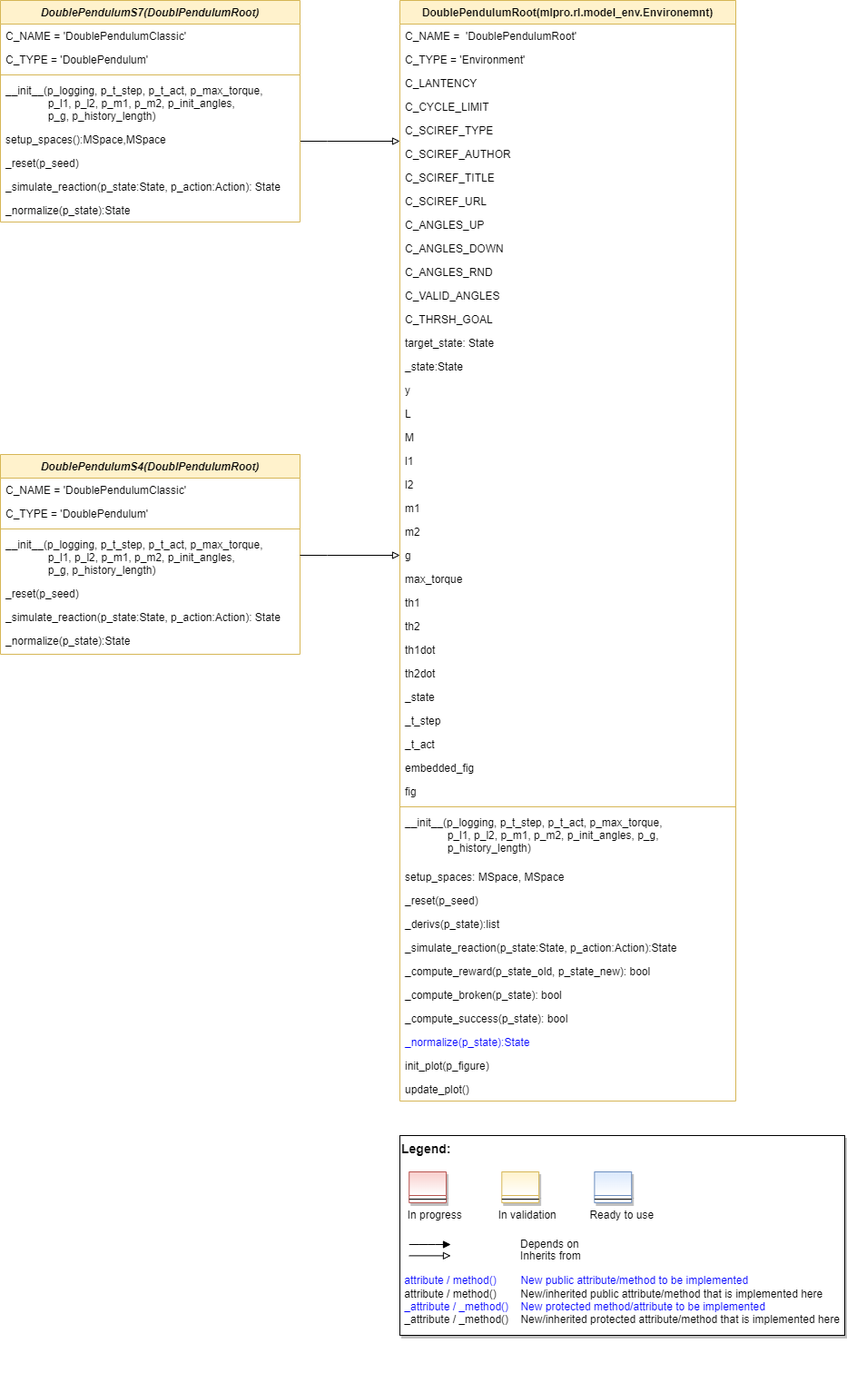
This is doc/rtd/content/append2/pool/rl/images/MPro-RL-DoublePendulum-class-diagram.drawio.png from fhswf/MLPro, a draw.io export, as it was before one commit. Source tidied: cells renumbered, new cells last; positions are measured from the earlier drawing's top-left corner, leaving out a move shared by most shapes.
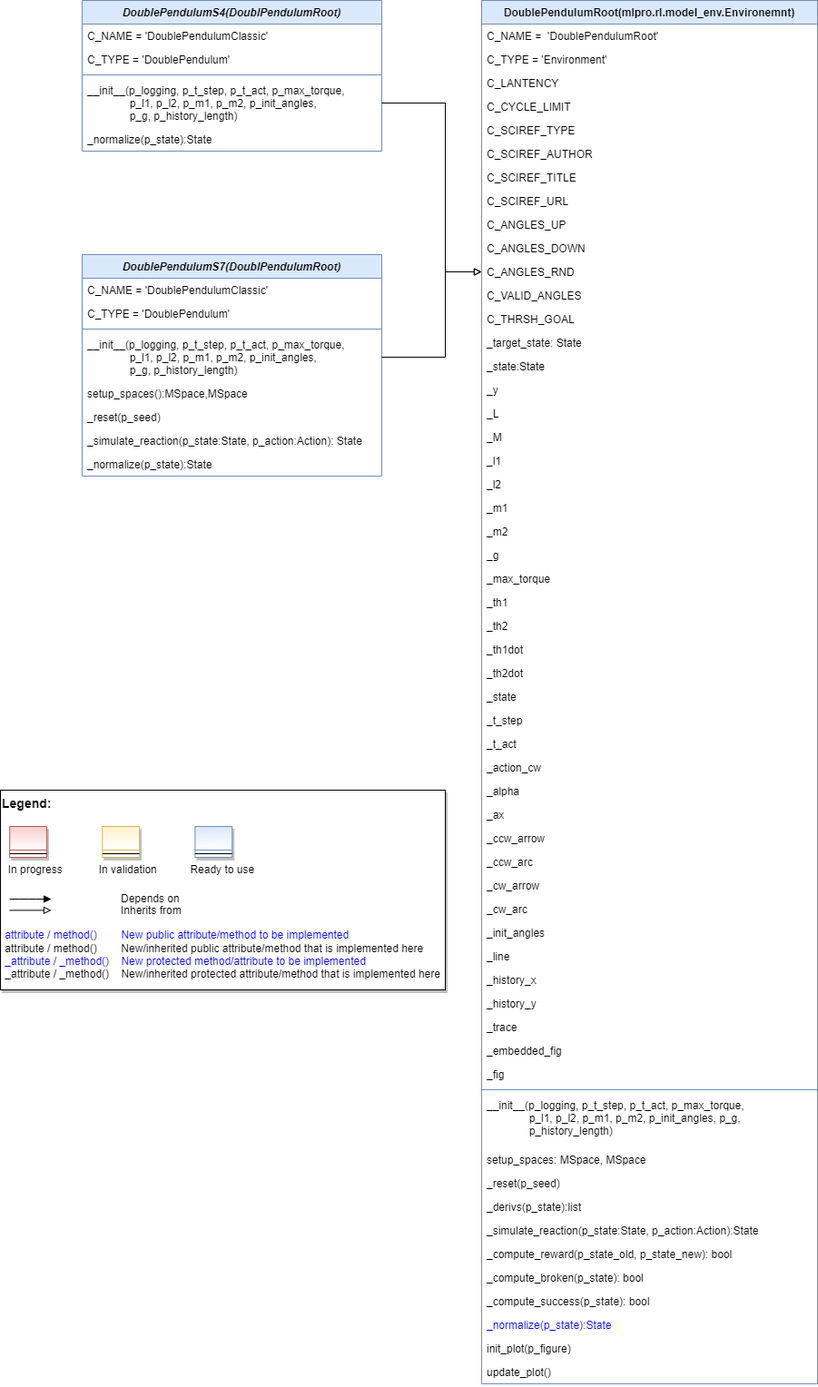
The same diagram one commit later.

Diff of the diagram source:
```diff
@@ -4,4 +4,4 @@
     <mxCell id="1" parent="0" />
-    <mxCell id="2" value="DoublePendulumRoot(mlpro.rl.model_env.Environemnt)" style="swimlane;fontStyle=1;align=center;verticalAlign=top;horizontal=1;startSize=26;rounded=0;shadow=0;strokeWidth=1;fillColor=#fff2cc;strokeColor=#d6b656;" parent="1" vertex="1">
-      <mxGeometry x="440" width="370" height="1212" as="geometry" />
+    <mxCell id="2" value="DoublePendulumRoot(mlpro.rl.model_env.Environemnt)" style="swimlane;fontStyle=1;align=center;verticalAlign=top;horizontal=1;startSize=26;rounded=0;shadow=0;strokeWidth=1;fillColor=#dae8fc;strokeColor=#6c8ebf;" parent="1" vertex="1">
+      <mxGeometry x="440" width="370" height="1524" as="geometry" />
     </mxCell>
@@ -46,3 +46,3 @@
     </mxCell>
-    <mxCell id="16" value="target_state: State" style="text;align=left;verticalAlign=top;spacingLeft=4;spacingRight=4;overflow=hidden;rounded=0;shadow=0;html=0;" parent="2" vertex="1">
+    <mxCell id="16" value="_target_state: State" style="text;align=left;verticalAlign=top;spacingLeft=4;spacingRight=4;overflow=hidden;rounded=0;shadow=0;html=0;" parent="2" vertex="1">
       <mxGeometry y="364" width="370" height="26" as="geometry" />
@@ -52,39 +52,39 @@
     </mxCell>
-    <mxCell id="18" value="y" style="text;align=left;verticalAlign=top;spacingLeft=4;spacingRight=4;overflow=hidden;rounded=0;shadow=0;html=0;" parent="2" vertex="1">
+    <mxCell id="18" value="_y" style="text;align=left;verticalAlign=top;spacingLeft=4;spacingRight=4;overflow=hidden;rounded=0;shadow=0;html=0;" parent="2" vertex="1">
       <mxGeometry y="416" width="370" height="26" as="geometry" />
     </mxCell>
-    <mxCell id="19" value="L" style="text;align=left;verticalAlign=top;spacingLeft=4;spacingRight=4;overflow=hidden;rounded=0;shadow=0;html=0;" parent="2" vertex="1">
+    <mxCell id="19" value="_L" style="text;align=left;verticalAlign=top;spacingLeft=4;spacingRight=4;overflow=hidden;rounded=0;shadow=0;html=0;" parent="2" vertex="1">
       <mxGeometry y="442" width="370" height="26" as="geometry" />
     </mxCell>
-    <mxCell id="20" value="M" style="text;align=left;verticalAlign=top;spacingLeft=4;spacingRight=4;overflow=hidden;rounded=0;shadow=0;html=0;" parent="2" vertex="1">
+    <mxCell id="20" value="_M" style="text;align=left;verticalAlign=top;spacingLeft=4;spacingRight=4;overflow=hidden;rounded=0;shadow=0;html=0;" parent="2" vertex="1">
       <mxGeometry y="468" width="370" height="26" as="geometry" />
     </mxCell>
-    <mxCell id="21" value="l1" style="text;align=left;verticalAlign=top;spacingLeft=4;spacingRight=4;overflow=hidden;rounded=0;shadow=0;html=0;" parent="2" vertex="1">
+    <mxCell id="21" value="_l1" style="text;align=left;verticalAlign=top;spacingLeft=4;spacingRight=4;overflow=hidden;rounded=0;shadow=0;html=0;" parent="2" vertex="1">
       <mxGeometry y="494" width="370" height="26" as="geometry" />
     </mxCell>
-    <mxCell id="22" value="l2" style="text;align=left;verticalAlign=top;spacingLeft=4;spacingRight=4;overflow=hidden;rounded=0;shadow=0;html=0;" parent="2" vertex="1">
+    <mxCell id="22" value="_l2" style="text;align=left;verticalAlign=top;spacingLeft=4;spacingRight=4;overflow=hidden;rounded=0;shadow=0;html=0;" parent="2" vertex="1">
       <mxGeometry y="520" width="370" height="26" as="geometry" />
     </mxCell>
-    <mxCell id="23" value="m1" style="text;align=left;verticalAlign=top;spacingLeft=4;spacingRight=4;overflow=hidden;rounded=0;shadow=0;html=0;" parent="2" vertex="1">
+    <mxCell id="23" value="_m1" style="text;align=left;verticalAlign=top;spacingLeft=4;spacingRight=4;overflow=hidden;rounded=0;shadow=0;html=0;" parent="2" vertex="1">
       <mxGeometry y="546" width="370" height="26" as="geometry" />
     </mxCell>
-    <mxCell id="24" value="m2" style="text;align=left;verticalAlign=top;spacingLeft=4;spacingRight=4;overflow=hidden;rounded=0;shadow=0;html=0;" parent="2" vertex="1">
+    <mxCell id="24" value="_m2" style="text;align=left;verticalAlign=top;spacingLeft=4;spacingRight=4;overflow=hidden;rounded=0;shadow=0;html=0;" parent="2" vertex="1">
       <mxGeometry y="572" width="370" height="26" as="geometry" />
     </mxCell>
-    <mxCell id="25" value="g" style="text;align=left;verticalAlign=top;spacingLeft=4;spacingRight=4;overflow=hidden;points=[[0,0.5],[1,0.5]];portConstraint=eastwest;rounded=0;shadow=0;html=0;" parent="2" vertex="1">
+    <mxCell id="25" value="_g" style="text;align=left;verticalAlign=top;spacingLeft=4;spacingRight=4;overflow=hidden;points=[[0,0.5],[1,0.5]];portConstraint=eastwest;rounded=0;shadow=0;html=0;" parent="2" vertex="1">
       <mxGeometry y="598" width="370" height="26" as="geometry" />
     </mxCell>
-    <mxCell id="26" value="max_torque" style="text;align=left;verticalAlign=top;spacingLeft=4;spacingRight=4;overflow=hidden;rounded=0;shadow=0;html=0;" parent="2" vertex="1">
+    <mxCell id="26" value="_max_torque" style="text;align=left;verticalAlign=top;spacingLeft=4;spacingRight=4;overflow=hidden;rounded=0;shadow=0;html=0;" parent="2" vertex="1">
       <mxGeometry y="624" width="370" height="26" as="geometry" />
     </mxCell>
-    <mxCell id="27" value="th1" style="text;align=left;verticalAlign=top;spacingLeft=4;spacingRight=4;overflow=hidden;rounded=0;shadow=0;html=0;" parent="2" vertex="1">
+    <mxCell id="27" value="_th1" style="text;align=left;verticalAlign=top;spacingLeft=4;spacingRight=4;overflow=hidden;rounded=0;shadow=0;html=0;" parent="2" vertex="1">
       <mxGeometry y="650" width="370" height="26" as="geometry" />
     </mxCell>
-    <mxCell id="28" value="th2" style="text;align=left;verticalAlign=top;spacingLeft=4;spacingRight=4;overflow=hidden;rounded=0;shadow=0;html=0;" parent="2" vertex="1">
+    <mxCell id="28" value="_th2" style="text;align=left;verticalAlign=top;spacingLeft=4;spacingRight=4;overflow=hidden;rounded=0;shadow=0;html=0;" parent="2" vertex="1">
       <mxGeometry y="676" width="370" height="26" as="geometry" />
     </mxCell>
-    <mxCell id="29" value="th1dot" style="text;align=left;verticalAlign=top;spacingLeft=4;spacingRight=4;overflow=hidden;rounded=0;shadow=0;html=0;" parent="2" vertex="1">
+    <mxCell id="29" value="_th1dot" style="text;align=left;verticalAlign=top;spacingLeft=4;spacingRight=4;overflow=hidden;rounded=0;shadow=0;html=0;" parent="2" vertex="1">
       <mxGeometry y="702" width="370" height="26" as="geometry" />
     </mxCell>
-    <mxCell id="30" value="th2dot" style="text;align=left;verticalAlign=top;spacingLeft=4;spacingRight=4;overflow=hidden;rounded=0;shadow=0;html=0;" parent="2" vertex="1">
+    <mxCell id="30" value="_th2dot" style="text;align=left;verticalAlign=top;spacingLeft=4;spacingRight=4;overflow=hidden;rounded=0;shadow=0;html=0;" parent="2" vertex="1">
       <mxGeometry y="728" width="370" height="26" as="geometry" />
@@ -100,55 +100,82 @@
     </mxCell>
+    <mxCell id="77" value="_action_cw" style="text;align=left;verticalAlign=top;spacingLeft=4;spacingRight=4;overflow=hidden;rounded=0;shadow=0;html=0;" parent="2" vertex="1">
+      <mxGeometry y="832" width="370" height="26" as="geometry" />
+    </mxCell>
+    <mxCell id="78" value="_alpha" style="text;align=left;verticalAlign=top;spacingLeft=4;spacingRight=4;overflow=hidden;rounded=0;shadow=0;html=0;" parent="2" vertex="1">
+      <mxGeometry y="858" width="370" height="26" as="geometry" />
+    </mxCell>
+    <mxCell id="79" value="_ax" style="text;align=left;verticalAlign=top;spacingLeft=4;spacingRight=4;overflow=hidden;rounded=0;shadow=0;html=0;" parent="2" vertex="1">
+      <mxGeometry y="884" width="370" height="26" as="geometry" />
+    </mxCell>
+    <mxCell id="80" value="_ccw_arrow" style="text;align=left;verticalAlign=top;spacingLeft=4;spacingRight=4;overflow=hidden;rounded=0;shadow=0;html=0;" parent="2" vertex="1">
+      <mxGeometry y="910" width="370" height="26" as="geometry" />
+    </mxCell>
+    <mxCell id="81" value="_ccw_arc" style="text;align=left;verticalAlign=top;spacingLeft=4;spacingRight=4;overflow=hidden;rounded=0;shadow=0;html=0;" parent="2" vertex="1">
+      <mxGeometry y="936" width="370" height="26" as="geometry" />
+    </mxCell>
+    <mxCell id="82" value="_cw_arrow" style="text;align=left;verticalAlign=top;spacingLeft=4;spacingRight=4;overflow=hidden;rounded=0;shadow=0;html=0;" parent="2" vertex="1">
+      <mxGeometry y="962" width="370" height="26" as="geometry" />
+    </mxCell>
+    <mxCell id="83" value="_cw_arc" style="text;align=left;verticalAlign=top;spacingLeft=4;spacingRight=4;overflow=hidden;rounded=0;shadow=0;html=0;" parent="2" vertex="1">
+      <mxGeometry y="988" width="370" height="26" as="geometry" />
+    </mxCell>
+    <mxCell id="84" value="_init_angles" style="text;align=left;verticalAlign=top;spacingLeft=4;spacingRight=4;overflow=hidden;rounded=0;shadow=0;html=0;" parent="2" vertex="1">
+      <mxGeometry y="1014" width="370" height="26" as="geometry" />
+    </mxCell>
+    <mxCell id="85" value="_line" style="text;align=left;verticalAlign=top;spacingLeft=4;spacingRight=4;overflow=hidden;rounded=0;shadow=0;html=0;" parent="2" vertex="1">
+      <mxGeometry y="1040" width="370" height="26" as="geometry" />
+    </mxCell>
+    <mxCell id="86" value="_history_x" style="text;align=left;verticalAlign=top;spacingLeft=4;spacingRight=4;overflow=hidden;rounded=0;shadow=0;html=0;" parent="2" vertex="1">
+      <mxGeometry y="1066" width="370" height="26" as="geometry" />
+    </mxCell>
+    <mxCell id="87" value="_history_y" style="text;align=left;verticalAlign=top;spacingLeft=4;spacingRight=4;overflow=hidden;rounded=0;shadow=0;html=0;" parent="2" vertex="1">
+      <mxGeometry y="1092" width="370" height="26" as="geometry" />
+    </mxCell>
+    <mxCell id="88" value="_trace" style="text;align=left;verticalAlign=top;spacingLeft=4;spacingRight=4;overflow=hidden;rounded=0;shadow=0;html=0;" parent="2" vertex="1">
+      <mxGeometry y="1118" width="370" height="26" as="geometry" />
+    </mxCell>
-    <mxCell id="34" value="embedded_fig" style="text;align=left;verticalAlign=top;spacingLeft=4;spacingRight=4;overflow=hidden;rounded=0;shadow=0;html=0;" parent="2" vertex="1">
-      <mxGeometry y="832" width="370" height="26" as="geometry" />
+    <mxCell id="34" value="_embedded_fig" style="text;align=left;verticalAlign=top;spacingLeft=4;spacingRight=4;overflow=hidden;rounded=0;shadow=0;html=0;" parent="2" vertex="1">
+      <mxGeometry y="1144" width="370" height="26" as="geometry" />
     </mxCell>
-    <mxCell id="35" value="fig" style="text;align=left;verticalAlign=top;spacingLeft=4;spacingRight=4;overflow=hidden;rounded=0;shadow=0;html=0;" parent="2" vertex="1">
-      <mxGeometry y="858" width="370" height="26" as="geometry" />
+    <mxCell id="35" value="_fig" style="text;align=left;verticalAlign=top;spacingLeft=4;spacingRight=4;overflow=hidden;rounded=0;shadow=0;html=0;" parent="2" vertex="1">
+      <mxGeometry y="1170" width="370" height="26" as="geometry" />
     </mxCell>
-    <mxCell id="36" style="line;html=1;strokeWidth=1;align=left;verticalAlign=middle;spacingTop=-1;spacingLeft=3;spacingRight=3;labelPosition=right;fillColor=#fff2cc;strokeColor=#d6b656;" parent="2" vertex="1">
-      <mxGeometry y="884" width="370" height="8" as="geometry" />
+    <mxCell id="36" style="line;html=1;strokeWidth=1;align=left;verticalAlign=middle;spacingTop=-1;spacingLeft=3;spacingRight=3;labelPosition=right;fillColor=#dae8fc;strokeColor=#6c8ebf;" parent="2" vertex="1">
+      <mxGeometry y="1196" width="370" height="8" as="geometry" />
     </mxCell>
     <mxCell id="37" value="__init__(p_logging, p_t_step, p_t_act, p_max_torque, &#10;              p_l1, p_l2, p_m1, p_m2, p_init_angles, p_g, &#10;              p_history_length)" style="text;align=left;verticalAlign=top;spacingLeft=4;spacingRight=4;overflow=hidden;labelBackgroundColor=none;" parent="2" vertex="1">
-      <mxGeometry y="892" width="370" height="60" as="geometry" />
+      <mxGeometry y="1204" width="370" height="60" as="geometry" />
     </mxCell>
     <mxCell id="38" value="setup_spaces: MSpace, MSpace" style="text;align=left;verticalAlign=top;spacingLeft=4;spacingRight=4;overflow=hidden;" parent="2" vertex="1">
-      <mxGeometry y="952" width="370" height="26" as="geometry" />
+      <mxGeometry y="1264" width="370" height="26" as="geometry" />
     </mxCell>
     <mxCell id="39" value="_reset(p_seed)" style="text;align=left;verticalAlign=top;spacingLeft=4;spacingRight=4;overflow=hidden;" parent="2" vertex="1">
-      <mxGeometry y="978" width="370" height="26" as="geometry" />
+      <mxGeometry y="1290" width="370" height="26" as="geometry" />
     </mxCell>
     <mxCell id="40" value="_derivs(p_state):list" style="text;align=left;verticalAlign=top;spacingLeft=4;spacingRight=4;overflow=hidden;" parent="2" vertex="1">
-      <mxGeometry y="1004" width="370" height="26" as="geometry" />
+      <mxGeometry y="1316" width="370" height="26" as="geometry" />
     </mxCell>
     <mxCell id="41" value="_simulate_reaction(p_state:State, p_action:Action):State" style="text;align=left;verticalAlign=top;spacingLeft=4;spacingRight=4;overflow=hidden;" parent="2" vertex="1">
-      <mxGeometry y="1030" width="370" height="26" as="geometry" />
+      <mxGeometry y="1342" width="370" height="26" as="geometry" />
     </mxCell>
     <mxCell id="42" value="_compute_reward(p_state_old, p_state_new): bool" style="text;align=left;verticalAlign=top;spacingLeft=4;spacingRight=4;overflow=hidden;" parent="2" vertex="1">
-      <mxGeometry y="1056" width="370" height="26" as="geometry" />
+      <mxGeometry y="1368" width="370" height="26" as="geometry" />
     </mxCell>
     <mxCell id="43" value="_compute_broken(p_state): bool" style="text;align=left;verticalAlign=top;spacingLeft=4;spacingRight=4;overflow=hidden;" parent="2" vertex="1">
-      <mxGeometry y="1082" width="370" height="26" as="geometry" />
+      <mxGeometry y="1394" width="370" height="26" as="geometry" />
     </mxCell>
     <mxCell id="44" value="_compute_success(p_state): bool" style="text;align=left;verticalAlign=top;spacingLeft=4;spacingRight=4;overflow=hidden;" parent="2" vertex="1">
-      <mxGeometry y="1108" width="370" height="26" as="geometry" />
+      <mxGeometry y="1420" width="370" height="26" as="geometry" />
     </mxCell>
     <mxCell id="45" value="_normalize(p_state):State" style="text;align=left;verticalAlign=top;spacingLeft=4;spacingRight=4;overflow=hidden;fontColor=#0000FF;" parent="2" vertex="1">
-      <mxGeometry y="1134" width="370" height="26" as="geometry" />
+      <mxGeometry y="1446" width="370" height="26" as="geometry" />
     </mxCell>
     <mxCell id="46" value="init_plot(p_figure)" style="text;align=left;verticalAlign=top;spacingLeft=4;spacingRight=4;overflow=hidden;" parent="2" vertex="1">
-      <mxGeometry y="1160" width="370" height="26" as="geometry" />
+      <mxGeometry y="1472" width="370" height="26" as="geometry" />
     </mxCell>
     <mxCell id="47" value="update_plot()" style="text;align=left;verticalAlign=top;spacingLeft=4;spacingRight=4;overflow=hidden;" parent="2" vertex="1">
-      <mxGeometry y="1186" width="370" height="26" as="geometry" />
+      <mxGeometry y="1498" width="370" height="26" as="geometry" />
     </mxCell>
-    <mxCell id="48" style="edgeStyle=orthogonalEdgeStyle;rounded=0;jettySize=auto;html=1;endArrow=block;endFill=0;" parent="1" edge="1" source="49">
-      <mxGeometry relative="1" as="geometry">
-        <mxPoint x="440" y="155" as="targetPoint" />
-        <Array as="points">
-          <mxPoint x="360" y="155" />
-          <mxPoint x="360" y="155" />
-        </Array>
-      </mxGeometry>
-    </mxCell>
-    <mxCell id="49" value="DoublePendulumS7(DoublPendulumRoot)" style="swimlane;fontStyle=3;align=center;verticalAlign=top;horizontal=1;startSize=26;rounded=0;shadow=0;strokeWidth=1;fillColor=#fff2cc;strokeColor=#d6b656;" parent="1" vertex="1">
-      <mxGeometry width="330" height="244" as="geometry" />
+    <mxCell id="49" value="DoublePendulumS7(DoublPendulumRoot)" style="swimlane;fontStyle=3;align=center;verticalAlign=top;horizontal=1;startSize=26;rounded=0;shadow=0;strokeWidth=1;fillColor=#dae8fc;strokeColor=#6c8ebf;" parent="1" vertex="1">
+      <mxGeometry y="280" width="330" height="244" as="geometry" />
     </mxCell>
@@ -160,3 +187,3 @@
     </mxCell>
-    <mxCell id="52" style="line;html=1;strokeWidth=1;align=left;verticalAlign=middle;spacingTop=-1;spacingLeft=3;spacingRight=3;labelPosition=right;fillColor=#fff2cc;strokeColor=#d6b656;" parent="49" vertex="1">
+    <mxCell id="52" style="line;html=1;strokeWidth=1;align=left;verticalAlign=middle;spacingTop=-1;spacingLeft=3;spacingRight=3;labelPosition=right;fillColor=#dae8fc;strokeColor=#6c8ebf;" parent="49" vertex="1">
       <mxGeometry y="78" width="330" height="8" as="geometry" />
@@ -179,3 +206,3 @@
     <mxCell id="58" style="group;" parent="1" vertex="1">
-      <mxGeometry x="440" y="1250" width="490" height="220" as="geometry" />
+      <mxGeometry x="-90" y="870" width="490" height="220" as="geometry" />
     </mxCell>
@@ -219,4 +246,4 @@
     </mxCell>
-    <mxCell id="68" value="DoublePendulumS4(DoublPendulumRoot)" style="swimlane;fontStyle=3;align=center;verticalAlign=top;horizontal=1;startSize=26;rounded=0;shadow=0;strokeWidth=1;fillColor=#fff2cc;strokeColor=#d6b656;" parent="1" vertex="1">
-      <mxGeometry y="500" width="330" height="220" as="geometry" />
+    <mxCell id="68" value="DoublePendulumS4(DoublPendulumRoot)" style="swimlane;fontStyle=3;align=center;verticalAlign=top;horizontal=1;startSize=26;rounded=0;shadow=0;strokeWidth=1;fillColor=#dae8fc;strokeColor=#6c8ebf;" parent="1" vertex="1">
+      <mxGeometry width="330" height="166" as="geometry" />
     </mxCell>
@@ -228,3 +255,3 @@
     </mxCell>
-    <mxCell id="71" style="line;html=1;strokeWidth=1;align=left;verticalAlign=middle;spacingTop=-1;spacingLeft=3;spacingRight=3;labelPosition=right;fillColor=#fff2cc;strokeColor=#d6b656;" parent="68" vertex="1">
+    <mxCell id="71" style="line;html=1;strokeWidth=1;align=left;verticalAlign=middle;spacingTop=-1;spacingLeft=3;spacingRight=3;labelPosition=right;fillColor=#dae8fc;strokeColor=#6c8ebf;" parent="68" vertex="1">
       <mxGeometry y="78" width="330" height="8" as="geometry" />
@@ -234,19 +261,21 @@
     </mxCell>
-    <mxCell id="73" value="_reset(p_seed)" style="text;align=left;verticalAlign=top;spacingLeft=4;spacingRight=4;overflow=hidden;" parent="68" vertex="1">
-      <mxGeometry y="140" width="330" height="26" as="geometry" />
-    </mxCell>
-    <mxCell id="74" value="_simulate_reaction(p_state:State, p_action:Action): State" style="text;align=left;verticalAlign=top;spacingLeft=4;spacingRight=4;overflow=hidden;" parent="68" vertex="1">
-      <mxGeometry y="166" width="330" height="26" as="geometry" />
-    </mxCell>
     <mxCell id="75" value="_normalize(p_state):State" style="text;align=left;verticalAlign=top;spacingLeft=4;spacingRight=4;overflow=hidden;" parent="68" vertex="1">
-      <mxGeometry y="192" width="330" height="26" as="geometry" />
+      <mxGeometry y="140" width="330" height="26" as="geometry" />
     </mxCell>
-    <mxCell id="76" style="edgeStyle=orthogonalEdgeStyle;rounded=0;jettySize=auto;html=1;fontColor=#0000FF;endArrow=block;endFill=0;" parent="1" edge="1" source="72" target="25">
-      <mxGeometry relative="1" as="geometry">
-        <Array as="points">
-          <mxPoint x="360" y="611" />
-          <mxPoint x="360" y="611" />
-        </Array>
-      </mxGeometry>
-    </mxCell>
+    <mxCell id="89" style="edgeStyle=orthogonalEdgeStyle;rounded=0;jettySize=auto;html=1;endArrow=block;endFill=0;entryX=0;entryY=0.5;entryDx=0;entryDy=0;" parent="1" edge="1" source="53" target="13">
+      <mxGeometry relative="1" as="geometry">
+        <Array as="points">
+          <mxPoint x="400" y="393" />
+          <mxPoint x="400" y="299" />
+        </Array>
+      </mxGeometry>
+    </mxCell>
+    <mxCell id="90" style="edgeStyle=orthogonalEdgeStyle;rounded=0;jettySize=auto;html=1;endArrow=block;endFill=0;entryX=0;entryY=0.5;entryDx=0;entryDy=0;" parent="1" edge="1" source="72" target="13">
+      <mxGeometry relative="1" as="geometry">
+        <Array as="points">
+          <mxPoint x="400" y="113" />
+          <mxPoint x="400" y="299" />
+        </Array>
+      </mxGeometry>
+    </mxCell>
   </root>
```
